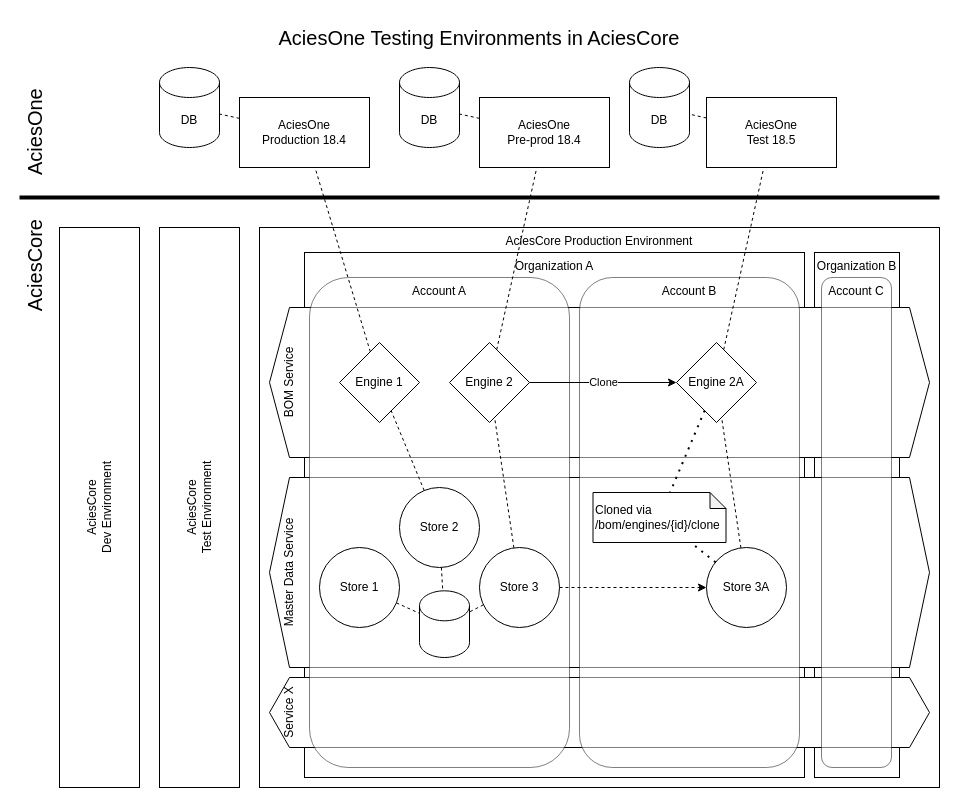
AciesDK/core-diagrams keeps this draw.io diagram as aciesone-testing-environments.drawio. Above is the earlier version. Source tidied: cells renumbered, new cells numbered last; positions are measured from the earlier drawing's top-left corner, leaving out a move shared by most shapes. Both pictures are drawn from the tidied source at 100%, with x=0, y=0 at pixel (19, 17).
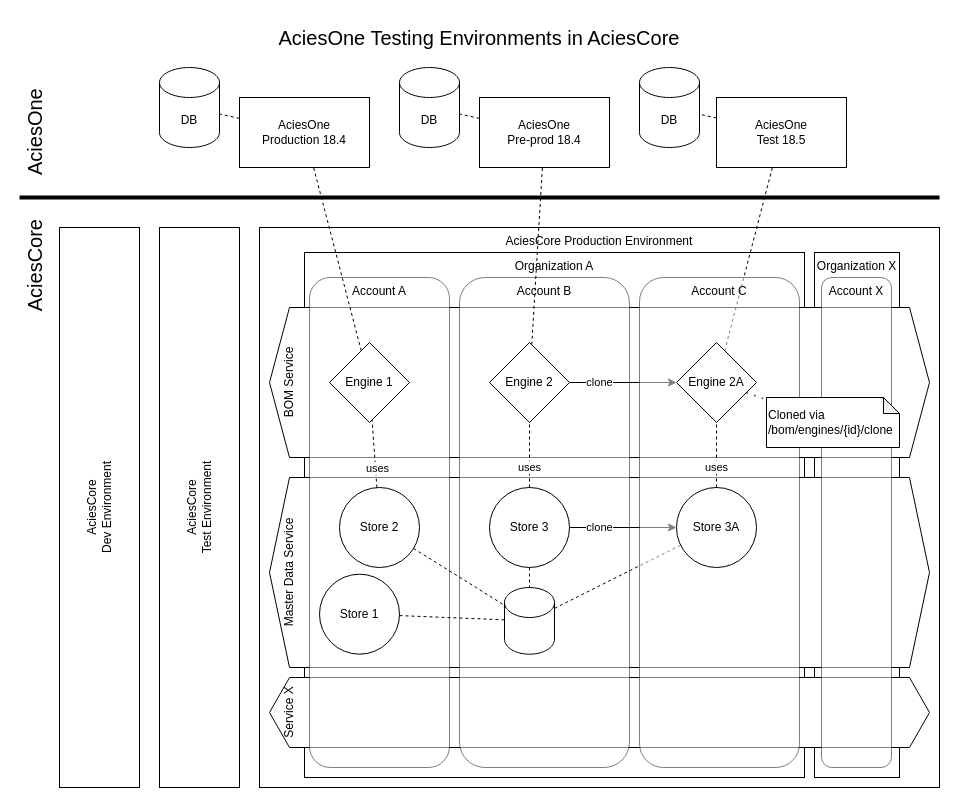
The same page after the edit.

Diff of the diagram source:
```diff
@@
-    <mxCell id="3" value="Organization B" style="whiteSpace=wrap;html=1;verticalAlign=top;" parent="1" vertex="1">
+    <mxCell id="3" value="Organization X" style="whiteSpace=wrap;html=1;verticalAlign=top;" parent="1" vertex="1">
       <mxGeometry x="795" y="235" width="85" height="525" as="geometry" />
     </mxCell>
@@
     <mxCell id="11" value="AciesOne&lt;br&gt;Test 18.5" style="rounded=0;whiteSpace=wrap;html=1;" parent="1" vertex="1">
-      <mxGeometry x="687" y="80" width="130" height="70" as="geometry" />
+      <mxGeometry x="697" y="80" width="130" height="70" as="geometry" />
     </mxCell>
     <mxCell id="12" value="DB" style="shape=cylinder3;whiteSpace=wrap;html=1;boundedLbl=1;backgroundOutline=1;size=15;" parent="1" vertex="1">
-      <mxGeometry x="610" y="50" width="60" height="80" as="geometry" />
+      <mxGeometry x="620" y="50" width="60" height="80" as="geometry" />
     </mxCell>
@@
     <mxCell id="20" value="Account A" style="rounded=1;whiteSpace=wrap;html=1;verticalAlign=top;opacity=50;" parent="1" vertex="1">
-      <mxGeometry x="290" y="260" width="260" height="490" as="geometry" />
+      <mxGeometry x="290" y="260" width="140" height="490" as="geometry" />
     </mxCell>
     <mxCell id="21" value="Account B" style="rounded=1;whiteSpace=wrap;html=1;verticalAlign=top;opacity=50;" parent="1" vertex="1">
-      <mxGeometry x="560" y="260" width="220" height="490" as="geometry" />
+      <mxGeometry x="440" y="260" width="170" height="490" as="geometry" />
     </mxCell>
-    <mxCell id="22" value="Account C" style="rounded=1;whiteSpace=wrap;html=1;verticalAlign=top;opacity=50;" parent="1" vertex="1">
+    <mxCell id="22" value="Account X" style="rounded=1;whiteSpace=wrap;html=1;verticalAlign=top;opacity=50;" parent="1" vertex="1">
       <mxGeometry x="802" y="260" width="70" height="490" as="geometry" />
     </mxCell>
     <mxCell id="23" value="Engine 1" style="rhombus;whiteSpace=wrap;html=1;" parent="1" vertex="1">
-      <mxGeometry x="320" y="325" width="80" height="80" as="geometry" />
+      <mxGeometry x="310" y="325" width="80" height="80" as="geometry" />
     </mxCell>
     <mxCell id="24" value="Engine 2" style="rhombus;whiteSpace=wrap;html=1;" parent="1" vertex="1">
-      <mxGeometry x="430" y="325" width="80" height="80" as="geometry" />
+      <mxGeometry x="470" y="325" width="80" height="80" as="geometry" />
     </mxCell>
     <mxCell id="25" value="Store 1" style="ellipse;whiteSpace=wrap;html=1;" parent="1" vertex="1">
-      <mxGeometry x="300" y="530" width="80" height="80" as="geometry" />
+      <mxGeometry x="300" y="556.7" width="80" height="80" as="geometry" />
     </mxCell>
     <mxCell id="26" value="Store 2" style="ellipse;whiteSpace=wrap;html=1;" parent="1" vertex="1">
-      <mxGeometry x="380" y="470" width="80" height="80" as="geometry" />
+      <mxGeometry x="320" y="470" width="80" height="80" as="geometry" />
     </mxCell>
     <mxCell id="27" value="Store 3" style="ellipse;whiteSpace=wrap;html=1;" parent="1" vertex="1">
-      <mxGeometry x="460" y="530" width="80" height="80" as="geometry" />
+      <mxGeometry x="470" y="470" width="80" height="80" as="geometry" />
     </mxCell>
-    <mxCell id="28" value="Engine 2A" style="rhombus;whiteSpace=wrap;html=1;" parent="1" vertex="1">
-      <mxGeometry x="657" y="325" width="80" height="80" as="geometry" />
-    </mxCell>
-    <mxCell id="29" value="Store 3A" style="ellipse;whiteSpace=wrap;html=1;" parent="1" vertex="1">
-      <mxGeometry x="687" y="530" width="80" height="80" as="geometry" />
-    </mxCell>
-    <mxCell id="30" style="endArrow=none;dashed=1;html=1;rounded=0;" parent="1" edge="1" source="26" target="23">
-      <mxGeometry relative="1" as="geometry" />
+    <mxCell id="30" value="uses" style="endArrow=none;dashed=1;html=1;rounded=0;" parent="1" edge="1" source="26" target="23">
+      <mxGeometry x="-0.44" y="-2" relative="1" as="geometry" />
     </mxCell>
-    <mxCell id="31" style="endArrow=none;dashed=1;html=1;rounded=0;" parent="1" edge="1" source="27" target="24">
-      <mxGeometry relative="1" as="geometry" />
+    <mxCell id="31" value="uses" style="endArrow=none;dashed=1;html=1;rounded=0;" parent="1" edge="1" source="27" target="24">
+      <mxGeometry x="-0.38" relative="1" as="geometry" />
     </mxCell>
-    <mxCell id="32" style="endArrow=none;dashed=1;html=1;rounded=0;" parent="1" edge="1" source="29" target="28">
-      <mxGeometry relative="1" as="geometry" />
-    </mxCell>
     <mxCell id="33" style="shape=cylinder3;whiteSpace=wrap;html=1;boundedLbl=1;backgroundOutline=1;size=15;" parent="1" vertex="1">
-      <mxGeometry x="400" y="573.3" width="50" height="66.7" as="geometry" />
+      <mxGeometry x="485" y="570" width="50" height="66.7" as="geometry" />
     </mxCell>
@@
-    <mxCell id="37" value="Clone" style="endArrow=classic;html=1;rounded=0;" parent="1" edge="1" source="24" target="28">
-      <mxGeometry relative="1" as="geometry" />
+    <mxCell id="37" value="clone" style="endArrow=classic;html=1;rounded=0;" parent="1" edge="1" source="24" target="28">
+      <mxGeometry x="-0.44" relative="1" as="geometry" />
     </mxCell>
@@
-    <mxCell id="44" value="Cloned via /bom/engines/{id}/clone" style="shape=note;whiteSpace=wrap;html=1;backgroundOutline=1;darkOpacity=0.05;size=16;align=left;" parent="1" vertex="1">
-      <mxGeometry x="573.5" y="475" width="133" height="50" as="geometry" />
-    </mxCell>
@@
-    <mxCell id="46" style="endArrow=classic;html=1;rounded=0;dashed=1;" parent="1" edge="1" source="27" target="29">
-      <mxGeometry relative="1" as="geometry" />
+    <mxCell id="46" value="clone" style="endArrow=classic;html=1;rounded=0;" parent="1" edge="1" source="27" target="29">
+      <mxGeometry x="-0.44" relative="1" as="geometry" />
     </mxCell>
-    <mxCell id="47" style="endArrow=none;dashed=1;html=1;dashPattern=1 3;strokeWidth=2;rounded=0;" parent="1" edge="1" source="29" target="44">
-      <mxGeometry relative="1" as="geometry" />
-    </mxCell>
+    <mxCell id="48" style="endArrow=none;dashed=1;html=1;rounded=0;" parent="1" edge="1" source="29" target="33">
+      <mxGeometry relative="1" as="geometry" />
+    </mxCell>
+    <mxCell id="49" value="Account C" style="rounded=1;whiteSpace=wrap;html=1;verticalAlign=top;opacity=50;" parent="1" vertex="1">
+      <mxGeometry x="620" y="260" width="160" height="490" as="geometry" />
+    </mxCell>
+    <mxCell id="28" value="Engine 2A" style="rhombus;whiteSpace=wrap;html=1;" parent="1" vertex="1">
+      <mxGeometry x="657" y="325" width="80" height="80" as="geometry" />
+    </mxCell>
+    <mxCell id="29" value="Store 3A" style="ellipse;whiteSpace=wrap;html=1;" parent="1" vertex="1">
+      <mxGeometry x="657" y="470" width="80" height="80" as="geometry" />
+    </mxCell>
+    <mxCell id="44" value="Cloned via /bom/engines/{id}/clone" style="shape=note;whiteSpace=wrap;html=1;backgroundOutline=1;darkOpacity=0.05;size=16;align=left;" parent="1" vertex="1">
+      <mxGeometry x="747" y="380" width="133" height="50" as="geometry" />
+    </mxCell>
+    <mxCell id="32" value="uses" style="endArrow=none;dashed=1;html=1;rounded=0;" parent="1" edge="1" source="29" target="28">
+      <mxGeometry x="-0.38" relative="1" as="geometry" />
+    </mxCell>
```
